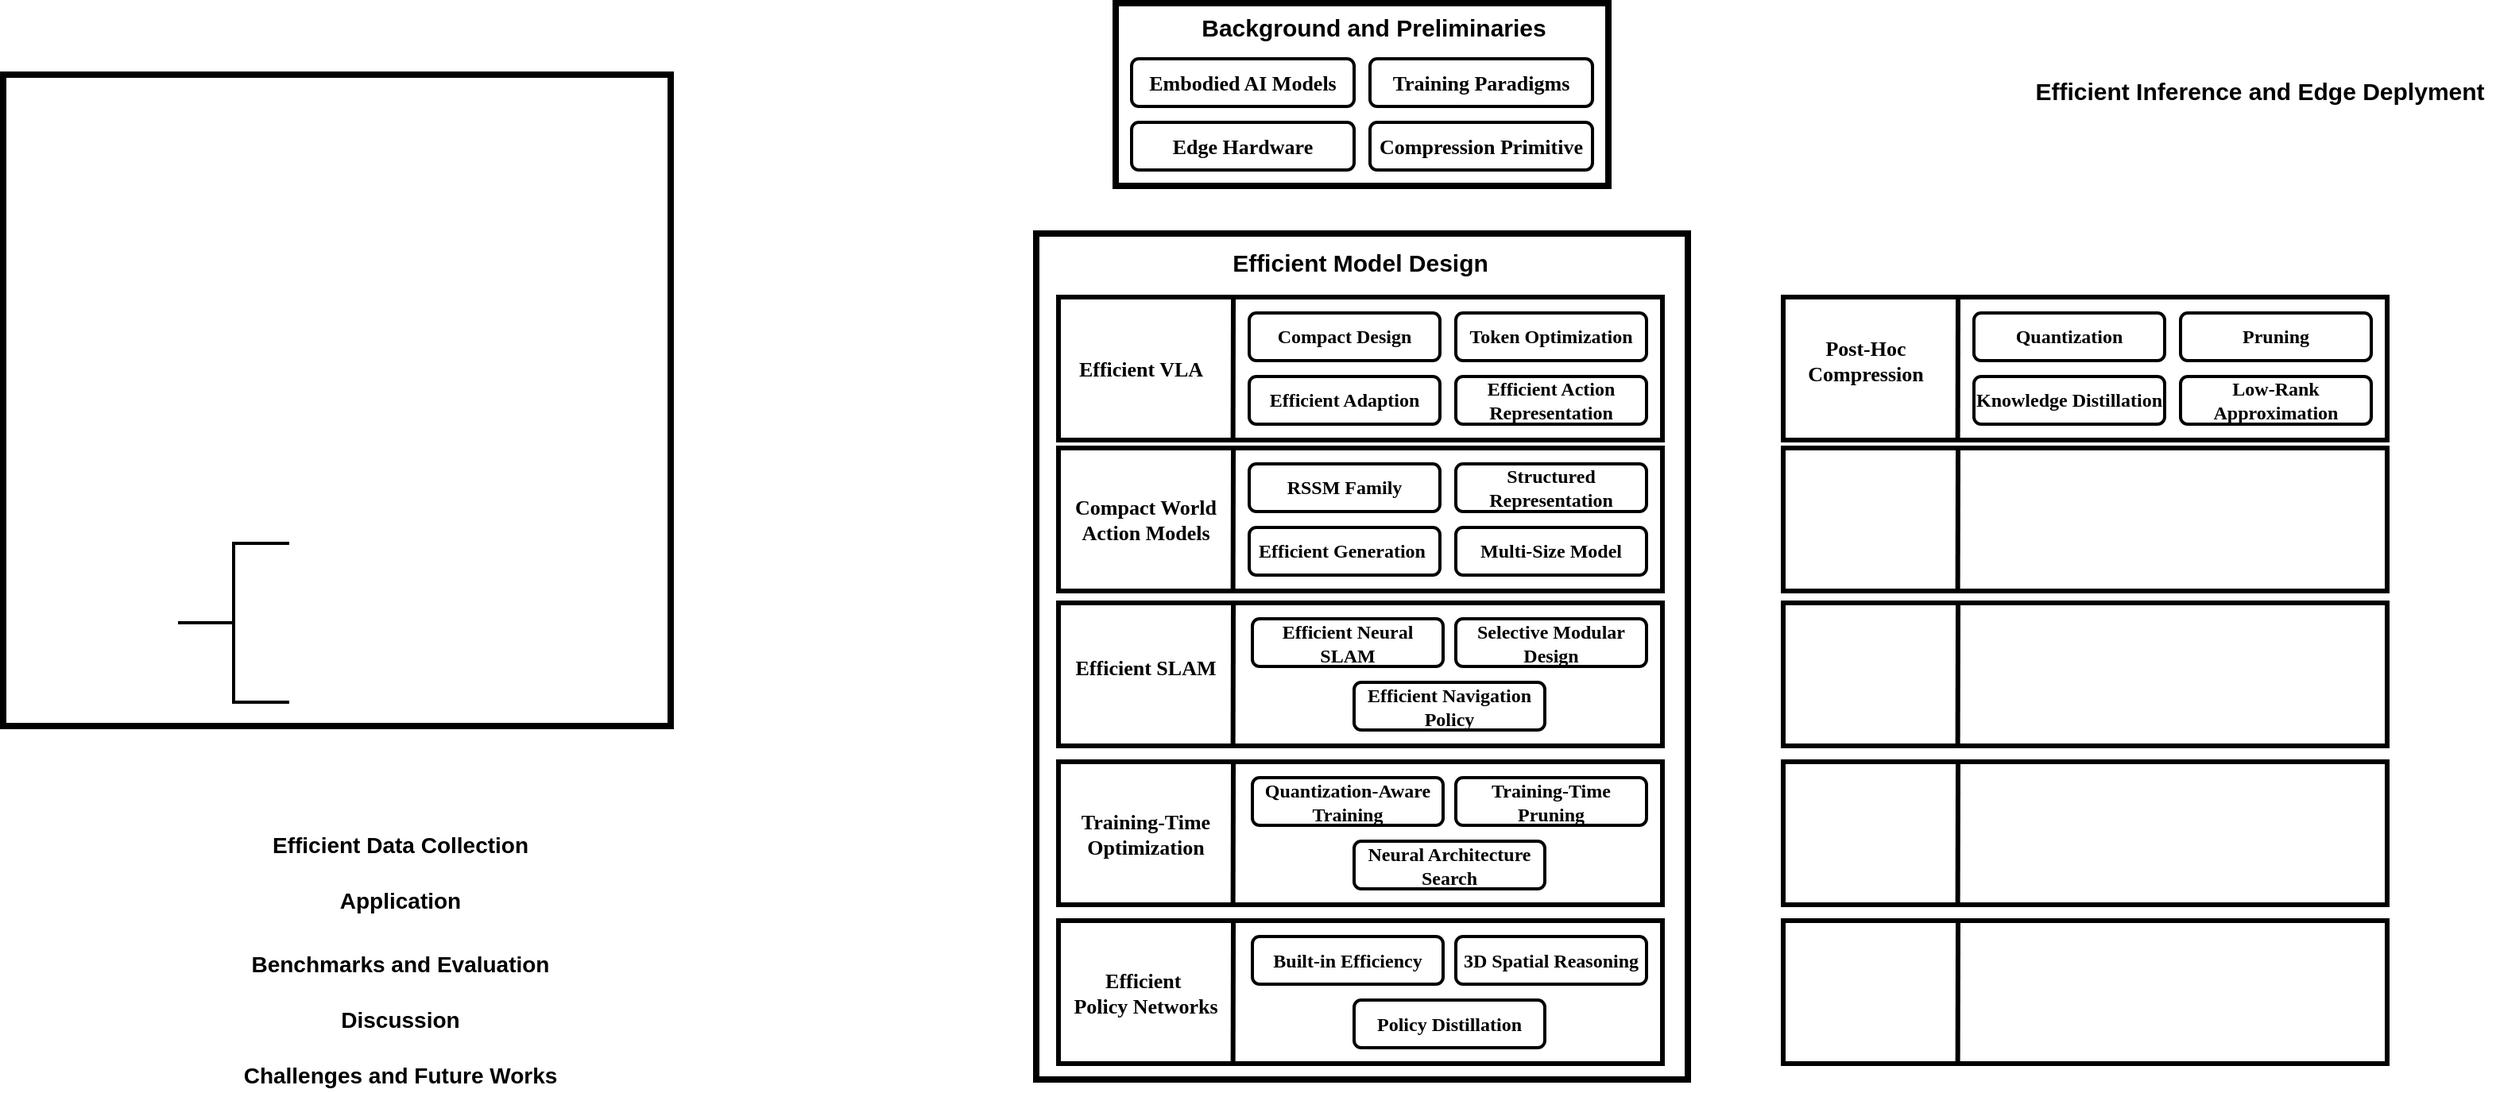
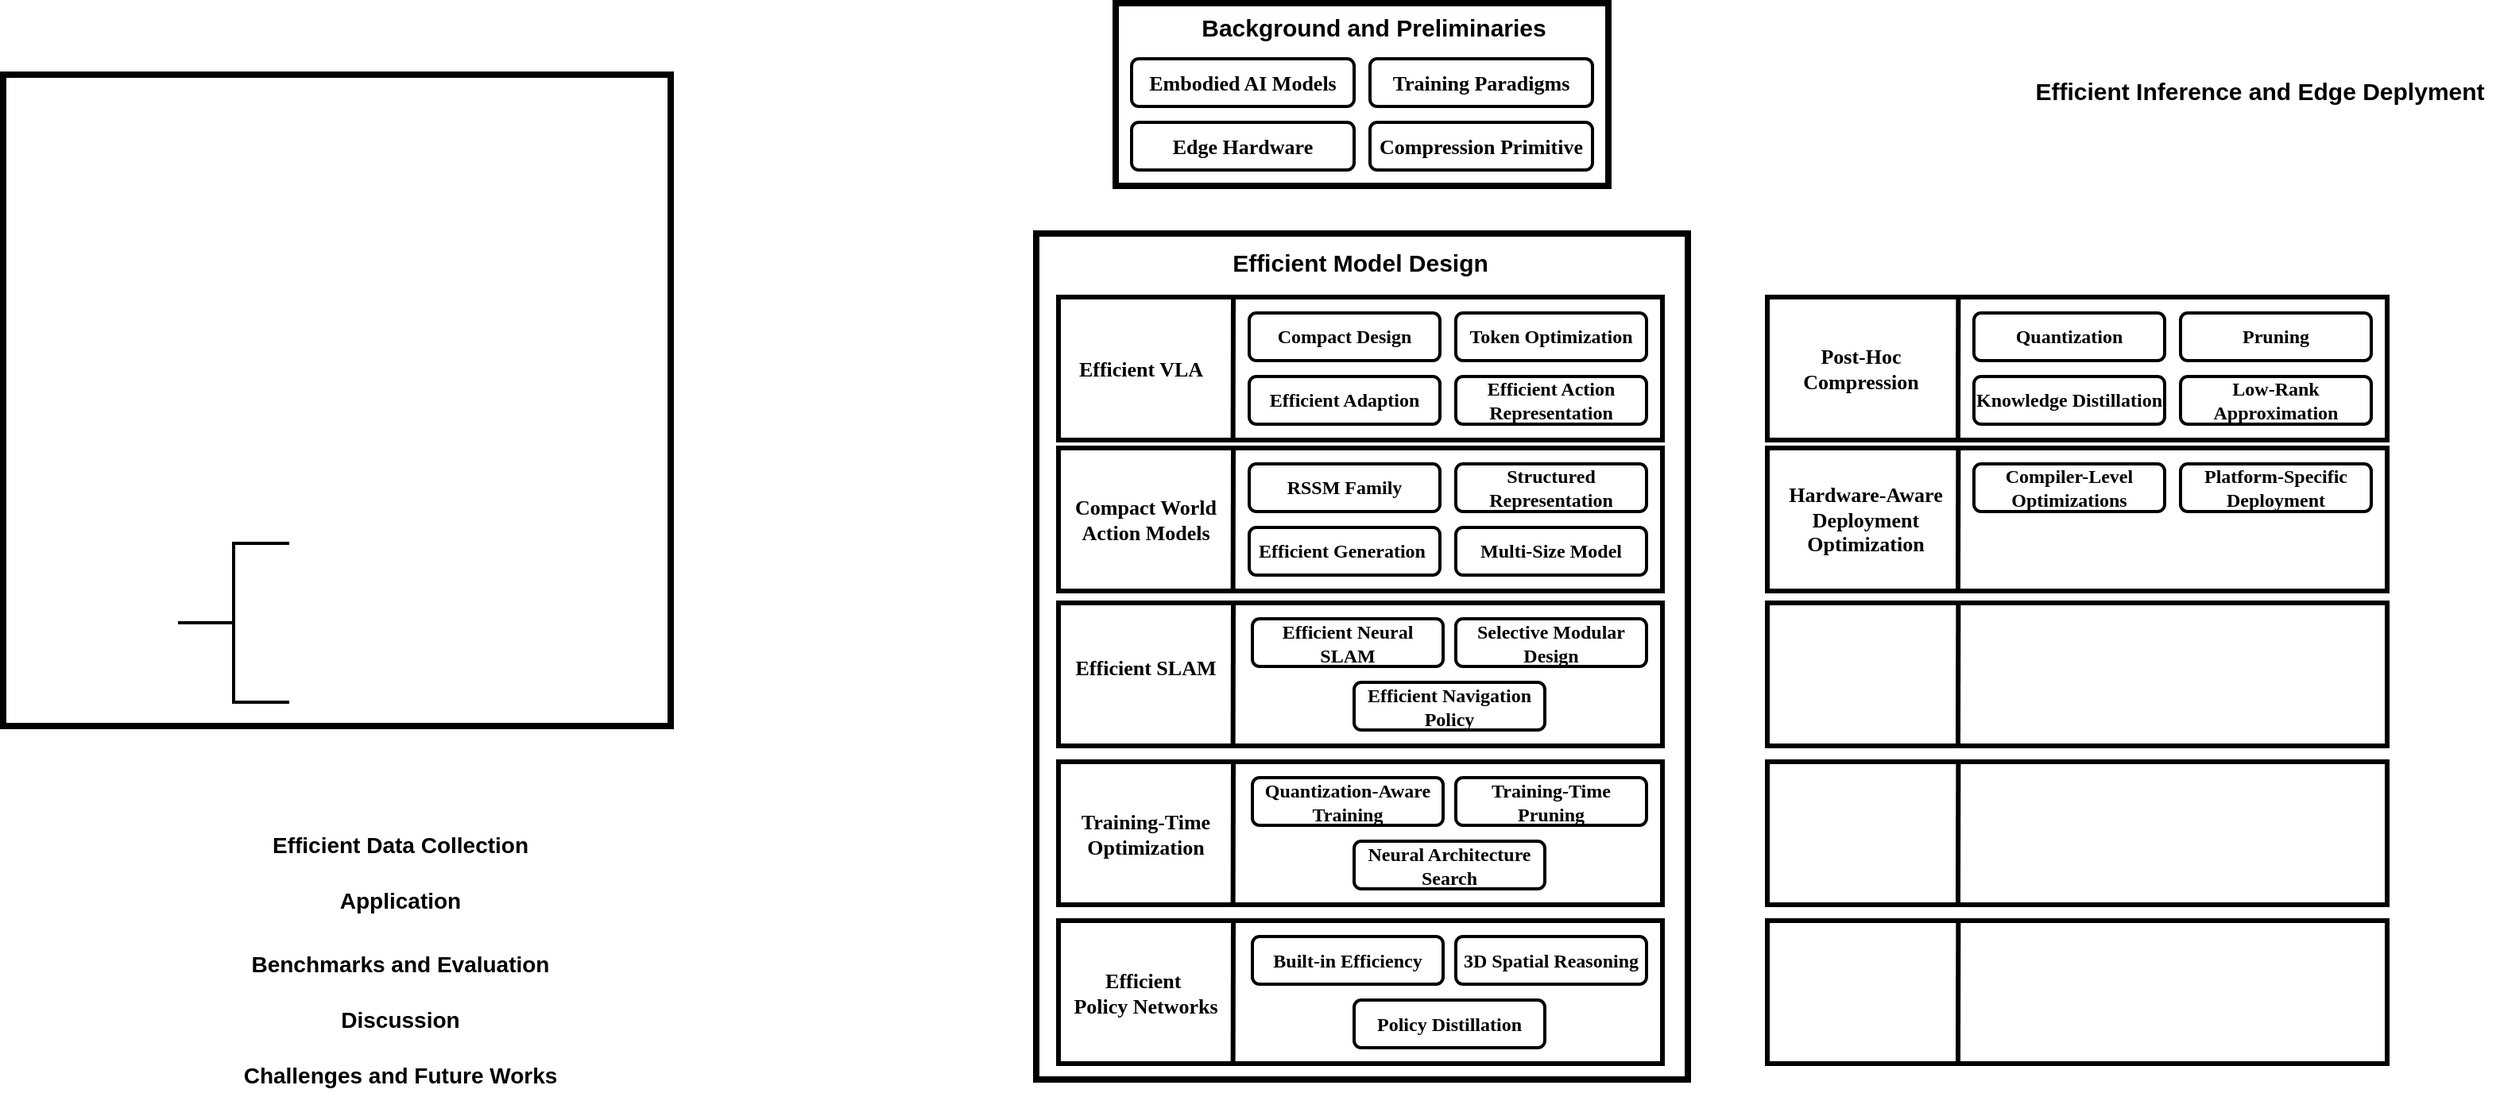
<mxfile host="app.diagrams.net">
  <diagram name="第 1 页" id="xv9Lnx2gyYwYQaEzt8dN">
-     <mxGraphModel dx="2369" dy="788" grid="1" gridSize="10" guides="1" tooltips="1" connect="1" arrows="1" fold="1" page="1" pageScale="1" pageWidth="827" pageHeight="1169" math="0" shadow="0">
+     <mxGraphModel dx="1890" dy="543" grid="1" gridSize="10" guides="1" tooltips="1" connect="1" arrows="1" fold="1" page="1" pageScale="1" pageWidth="827" pageHeight="1169" math="0" shadow="0">
      <root>
        <mxCell id="0" />
        <mxCell id="1" parent="0" />
        <mxCell id="P4z1W6zyqtdSm3awDH87-88" parent="1" style="rounded=0;whiteSpace=wrap;html=1;strokeWidth=4;" value="" vertex="1">
          <mxGeometry height="410" width="420" x="-570" y="100" as="geometry" />
        </mxCell>
        <mxCell id="mN9CjeCU7Y2PogCVv73L-11" parent="1" style="text;html=1;whiteSpace=wrap;strokeColor=none;fillColor=none;align=center;verticalAlign=middle;rounded=0;" value="&lt;font face=&quot;Helvetica&quot; style=&quot;font-size: 15px;&quot;&gt;&lt;b style=&quot;&quot;&gt;Efficient Inference and Edge Deplyment&lt;/b&gt;&lt;/font&gt;" vertex="1">
          <mxGeometry height="20" width="300" x="700" y="100" as="geometry" />
        </mxCell>
        <mxCell id="mN9CjeCU7Y2PogCVv73L-12" parent="1" style="text;html=1;whiteSpace=wrap;strokeColor=none;fillColor=none;align=center;verticalAlign=middle;rounded=0;" value="&lt;font face=&quot;Helvetica&quot; style=&quot;font-size: 14px;&quot;&gt;&lt;b style=&quot;&quot;&gt;Efficient Data Collection&lt;/b&gt;&lt;/font&gt;" vertex="1">
          <mxGeometry height="20" width="260" x="-450" y="575" as="geometry" />
        </mxCell>
        <mxCell id="mN9CjeCU7Y2PogCVv73L-14" parent="1" style="text;html=1;whiteSpace=wrap;strokeColor=none;fillColor=none;align=center;verticalAlign=middle;rounded=0;" value="&lt;font face=&quot;Helvetica&quot; style=&quot;font-size: 14px;&quot;&gt;&lt;b style=&quot;&quot;&gt;Application&lt;/b&gt;&lt;/font&gt;" vertex="1">
          <mxGeometry height="20" width="260" x="-450" y="610" as="geometry" />
        </mxCell>
        <mxCell id="mN9CjeCU7Y2PogCVv73L-15" parent="1" style="text;html=1;whiteSpace=wrap;strokeColor=none;fillColor=none;align=center;verticalAlign=middle;rounded=0;" value="&lt;font face=&quot;Helvetica&quot; style=&quot;font-size: 14px;&quot;&gt;&lt;b style=&quot;&quot;&gt;Benchmarks and Evaluation&lt;/b&gt;&lt;/font&gt;" vertex="1">
          <mxGeometry height="20" width="260" x="-450" y="650" as="geometry" />
        </mxCell>
        <mxCell id="mN9CjeCU7Y2PogCVv73L-16" parent="1" style="text;html=1;whiteSpace=wrap;strokeColor=none;fillColor=none;align=center;verticalAlign=middle;rounded=0;" value="&lt;font face=&quot;Helvetica&quot; style=&quot;font-size: 14px;&quot;&gt;&lt;b style=&quot;&quot;&gt;Challenges and Future Works&lt;/b&gt;&lt;/font&gt;" vertex="1">
          <mxGeometry height="20" width="260" x="-450" y="720" as="geometry" />
        </mxCell>
        <mxCell id="mN9CjeCU7Y2PogCVv73L-17" parent="1" style="text;html=1;whiteSpace=wrap;strokeColor=none;fillColor=none;align=center;verticalAlign=middle;rounded=0;" value="&lt;font face=&quot;Helvetica&quot; style=&quot;font-size: 14px;&quot;&gt;&lt;b style=&quot;&quot;&gt;Discussion&lt;/b&gt;&lt;/font&gt;" vertex="1">
          <mxGeometry height="20" width="260" x="-450" y="685" as="geometry" />
        </mxCell>
        <mxCell id="mN9CjeCU7Y2PogCVv73L-18" parent="1" style="strokeWidth=2;html=1;shape=mxgraph.flowchart.annotation_2;align=left;labelPosition=right;pointerEvents=1;" value="" vertex="1">
          <mxGeometry height="100" width="70" x="-460" y="395" as="geometry" />
        </mxCell>
        <mxCell id="P4z1W6zyqtdSm3awDH87-52" connectable="0" parent="1" style="group" value="" vertex="1">
          <mxGeometry height="115" width="310" x="130" y="55" as="geometry" />
        </mxCell>
        <mxCell id="P4z1W6zyqtdSm3awDH87-12" parent="P4z1W6zyqtdSm3awDH87-52" style="rounded=0;whiteSpace=wrap;html=1;strokeWidth=4;" value="" vertex="1">
          <mxGeometry height="115" width="310" as="geometry" />
        </mxCell>
        <mxCell id="mN9CjeCU7Y2PogCVv73L-6" parent="P4z1W6zyqtdSm3awDH87-52" style="rounded=1;whiteSpace=wrap;html=1;strokeWidth=2;" value="&lt;font style=&quot;font-size: 13px;&quot; face=&quot;Comic Sans MS&quot;&gt;&lt;b style=&quot;&quot;&gt;Training Paradigms&lt;/b&gt;&lt;/font&gt;" vertex="1">
          <mxGeometry height="30" width="140" x="160" y="35" as="geometry" />
        </mxCell>
        <mxCell id="mN9CjeCU7Y2PogCVv73L-5" parent="P4z1W6zyqtdSm3awDH87-52" style="rounded=1;whiteSpace=wrap;html=1;strokeWidth=2;" value="&lt;font style=&quot;font-size: 13px;&quot; face=&quot;Comic Sans MS&quot;&gt;&lt;b style=&quot;&quot;&gt;Edge Hardware&lt;/b&gt;&lt;/font&gt;" vertex="1">
          <mxGeometry height="30" width="140" x="10" y="75" as="geometry" />
        </mxCell>
        <mxCell id="mN9CjeCU7Y2PogCVv73L-8" parent="P4z1W6zyqtdSm3awDH87-52" style="rounded=1;whiteSpace=wrap;html=1;strokeWidth=2;" value="&lt;font style=&quot;font-size: 13px;&quot; face=&quot;Comic Sans MS&quot;&gt;&lt;b style=&quot;&quot;&gt;Compression Primitive&lt;/b&gt;&lt;/font&gt;" vertex="1">
          <mxGeometry height="30" width="140" x="160" y="75" as="geometry" />
        </mxCell>
        <mxCell id="mN9CjeCU7Y2PogCVv73L-4" parent="P4z1W6zyqtdSm3awDH87-52" style="rounded=1;whiteSpace=wrap;html=1;strokeWidth=2;" value="&lt;font style=&quot;font-size: 13px;&quot; face=&quot;Comic Sans MS&quot;&gt;&lt;b style=&quot;&quot;&gt;Embodied AI Models&lt;/b&gt;&lt;/font&gt;" vertex="1">
          <mxGeometry height="30" width="140" x="10" y="35" as="geometry" />
        </mxCell>
        <mxCell id="mN9CjeCU7Y2PogCVv73L-2" parent="P4z1W6zyqtdSm3awDH87-52" style="text;html=1;whiteSpace=wrap;strokeColor=none;fillColor=none;align=center;verticalAlign=middle;rounded=0;" value="&lt;font face=&quot;Helvetica&quot; style=&quot;font-size: 15px;&quot;&gt;&lt;b style=&quot;&quot;&gt;Background and Preliminaries&lt;/b&gt;&lt;/font&gt;" vertex="1">
          <mxGeometry height="20" width="275" x="25" y="5" as="geometry" />
        </mxCell>
        <mxCell id="P4z1W6zyqtdSm3awDH87-90" parent="1" style="rounded=0;whiteSpace=wrap;html=1;strokeWidth=3;" value="" vertex="1">
-           <mxGeometry height="90" width="380" x="550" y="240" as="geometry" />
-         </mxCell>
-         <mxCell id="P4z1W6zyqtdSm3awDH87-91" edge="1" parent="1" style="endArrow=none;html=1;rounded=0;strokeWidth=3;entryX=0.289;entryY=0.995;entryDx=0;entryDy=0;entryPerimeter=0;" target="P4z1W6zyqtdSm3awDH87-90" value="">
-           <mxGeometry height="50" relative="1" width="50" as="geometry">
-             <mxPoint x="660" y="240" as="sourcePoint" />
-             <mxPoint x="660" y="280" as="targetPoint" />
+           <mxGeometry height="90" width="390" x="540" y="240" as="geometry" />
+         </mxCell>
+         <mxCell id="P4z1W6zyqtdSm3awDH87-91" edge="1" parent="1" style="endArrow=none;html=1;rounded=0;strokeWidth=3;entryX=0.289;entryY=0.995;entryDx=0;entryDy=0;entryPerimeter=0;" value="">
+           <mxGeometry height="50" relative="1" width="50" as="geometry">
+             <mxPoint x="660.18" y="240.45" as="sourcePoint" />
+             <mxPoint x="659.9999999999999" y="330.00000000000006" as="targetPoint" />
          </mxGeometry>
        </mxCell>
        <mxCell id="P4z1W6zyqtdSm3awDH87-11" parent="1" style="rounded=0;whiteSpace=wrap;html=1;strokeWidth=4;container=0;" value="" vertex="1">
          <mxGeometry height="532.5" width="410" x="80" y="200" as="geometry" />
        </mxCell>
        <mxCell id="P4z1W6zyqtdSm3awDH87-29" parent="1" style="rounded=0;whiteSpace=wrap;html=1;strokeWidth=3;container=0;" value="" vertex="1">
          <mxGeometry height="90" width="380" x="94" y="240" as="geometry" />
        </mxCell>
        <mxCell id="mN9CjeCU7Y2PogCVv73L-10" parent="1" style="text;html=1;whiteSpace=wrap;strokeColor=none;fillColor=none;align=center;verticalAlign=middle;rounded=0;container=0;" value="&lt;font style=&quot;font-size: 15px;&quot; face=&quot;Helvetica&quot;&gt;&lt;b style=&quot;&quot;&gt;Efficient Model Design&lt;/b&gt;&lt;/font&gt;" vertex="1">
          <mxGeometry height="20" width="200" x="184" y="207.5" as="geometry" />
        </mxCell>
        <mxCell id="mN9CjeCU7Y2PogCVv73L-22" parent="1" style="rounded=1;whiteSpace=wrap;html=1;strokeWidth=2;container=0;" value="&lt;b&gt;&lt;font face=&quot;Comic Sans MS&quot;&gt;Compact Design&lt;/font&gt;&lt;/b&gt;" vertex="1">
          <mxGeometry height="30" width="120" x="214" y="250" as="geometry" />
        </mxCell>
        <mxCell id="mN9CjeCU7Y2PogCVv73L-23" parent="1" style="rounded=1;whiteSpace=wrap;html=1;strokeWidth=2;container=0;" value="&lt;b&gt;&lt;font face=&quot;Comic Sans MS&quot;&gt;Efficient Adaption&lt;/font&gt;&lt;/b&gt;" vertex="1">
          <mxGeometry height="30" width="120" x="214" y="290" as="geometry" />
        </mxCell>
        <mxCell id="mN9CjeCU7Y2PogCVv73L-24" parent="1" style="rounded=1;whiteSpace=wrap;html=1;strokeWidth=2;container=0;" value="&lt;font face=&quot;Comic Sans MS&quot;&gt;&lt;b&gt;Efficient Action Representation&lt;/b&gt;&lt;/font&gt;" vertex="1">
          <mxGeometry height="30" width="120" x="344" y="290" as="geometry" />
        </mxCell>
        <mxCell id="mN9CjeCU7Y2PogCVv73L-26" parent="1" style="rounded=1;whiteSpace=wrap;html=1;strokeWidth=2;container=0;" value="&lt;b&gt;&lt;font face=&quot;Comic Sans MS&quot;&gt;Token Optimization&lt;/font&gt;&lt;/b&gt;" vertex="1">
          <mxGeometry height="30" width="120" x="344" y="250" as="geometry" />
        </mxCell>
        <mxCell id="P4z1W6zyqtdSm3awDH87-30" parent="1" style="text;html=1;whiteSpace=wrap;strokeColor=none;fillColor=none;align=center;verticalAlign=middle;rounded=0;container=0;" value="&lt;b style=&quot;font-size: 13px;&quot;&gt;&lt;font face=&quot;Comic Sans MS&quot;&gt;Efficient VLA&lt;/font&gt;&lt;/b&gt;" vertex="1">
          <mxGeometry height="20" width="104" x="94" y="275" as="geometry" />
        </mxCell>
        <mxCell id="P4z1W6zyqtdSm3awDH87-31" edge="1" parent="1" style="endArrow=none;html=1;rounded=0;strokeWidth=3;entryX=0.289;entryY=0.995;entryDx=0;entryDy=0;entryPerimeter=0;" target="P4z1W6zyqtdSm3awDH87-29" value="">
          <mxGeometry height="50" relative="1" width="50" as="geometry">
            <mxPoint x="204" y="240" as="sourcePoint" />
            <mxPoint x="204" y="280" as="targetPoint" />
          </mxGeometry>
        </mxCell>
        <mxCell id="P4z1W6zyqtdSm3awDH87-32" parent="1" style="rounded=0;whiteSpace=wrap;html=1;strokeWidth=3;container=0;" value="" vertex="1">
          <mxGeometry height="90" width="380" x="94" y="335" as="geometry" />
        </mxCell>
        <mxCell id="P4z1W6zyqtdSm3awDH87-33" edge="1" parent="1" style="endArrow=none;html=1;rounded=0;strokeWidth=3;entryX=0.289;entryY=0.995;entryDx=0;entryDy=0;entryPerimeter=0;" target="P4z1W6zyqtdSm3awDH87-32" value="">
          <mxGeometry height="50" relative="1" width="50" as="geometry">
            <mxPoint x="204" y="335" as="sourcePoint" />
            <mxPoint x="204" y="375" as="targetPoint" />
          </mxGeometry>
        </mxCell>
        <mxCell id="P4z1W6zyqtdSm3awDH87-34" parent="1" style="text;html=1;whiteSpace=wrap;strokeColor=none;fillColor=none;align=center;verticalAlign=middle;rounded=0;container=0;" value="&lt;b style=&quot;font-size: 13px;&quot;&gt;&lt;font face=&quot;Comic Sans MS&quot;&gt;Compact World Action Models&lt;/font&gt;&lt;/b&gt;" vertex="1">
          <mxGeometry height="20" width="114" x="92" y="370" as="geometry" />
        </mxCell>
        <mxCell id="mN9CjeCU7Y2PogCVv73L-30" parent="1" style="rounded=1;whiteSpace=wrap;html=1;strokeWidth=2;container=0;" value="&lt;b&gt;&lt;font face=&quot;Comic Sans MS&quot;&gt;RSSM Family&lt;/font&gt;&lt;/b&gt;" vertex="1">
          <mxGeometry height="30" width="120" x="214" y="345" as="geometry" />
        </mxCell>
        <mxCell id="mN9CjeCU7Y2PogCVv73L-32" parent="1" style="rounded=1;whiteSpace=wrap;html=1;strokeWidth=2;container=0;" value="&lt;font face=&quot;Comic Sans MS&quot;&gt;&lt;b&gt;Efficient Generation&amp;nbsp;&lt;/b&gt;&lt;/font&gt;" vertex="1">
          <mxGeometry height="30" width="120" x="214" y="385" as="geometry" />
        </mxCell>
        <mxCell id="mN9CjeCU7Y2PogCVv73L-33" parent="1" style="rounded=1;whiteSpace=wrap;html=1;strokeWidth=2;container=0;" value="&lt;b&gt;&lt;font face=&quot;Comic Sans MS&quot;&gt;Structured Representation&lt;/font&gt;&lt;/b&gt;" vertex="1">
          <mxGeometry height="30" width="120" x="344" y="345" as="geometry" />
        </mxCell>
        <mxCell id="P4z1W6zyqtdSm3awDH87-36" parent="1" style="rounded=1;whiteSpace=wrap;html=1;strokeWidth=2;container=0;" value="&lt;b&gt;&lt;font face=&quot;Comic Sans MS&quot;&gt;Multi-Size Model&lt;/font&gt;&lt;/b&gt;" vertex="1">
          <mxGeometry height="30" width="120" x="344" y="385" as="geometry" />
        </mxCell>
        <mxCell id="P4z1W6zyqtdSm3awDH87-37" parent="1" style="rounded=0;whiteSpace=wrap;html=1;strokeWidth=3;container=0;" value="" vertex="1">
          <mxGeometry height="90" width="380" x="94" y="432.5" as="geometry" />
        </mxCell>
        <mxCell id="P4z1W6zyqtdSm3awDH87-38" edge="1" parent="1" style="endArrow=none;html=1;rounded=0;strokeWidth=3;entryX=0.289;entryY=0.995;entryDx=0;entryDy=0;entryPerimeter=0;" target="P4z1W6zyqtdSm3awDH87-37" value="">
          <mxGeometry height="50" relative="1" width="50" as="geometry">
            <mxPoint x="204" y="432.5" as="sourcePoint" />
            <mxPoint x="204" y="472.5" as="targetPoint" />
          </mxGeometry>
        </mxCell>
        <mxCell id="P4z1W6zyqtdSm3awDH87-44" parent="1" style="text;html=1;whiteSpace=wrap;strokeColor=none;fillColor=none;align=center;verticalAlign=middle;rounded=0;container=0;" value="&lt;b style=&quot;font-size: 13px;&quot;&gt;&lt;font face=&quot;Comic Sans MS&quot;&gt;Efficient SLAM&lt;/font&gt;&lt;/b&gt;" vertex="1">
          <mxGeometry height="20" width="114" x="92" y="462.5" as="geometry" />
        </mxCell>
        <mxCell id="P4z1W6zyqtdSm3awDH87-19" parent="1" style="rounded=1;whiteSpace=wrap;html=1;strokeWidth=2;container=0;" value="&lt;b&gt;&lt;font face=&quot;Comic Sans MS&quot;&gt;Efficient Neural SLAM&lt;/font&gt;&lt;/b&gt;" vertex="1">
          <mxGeometry height="30" width="120" x="216" y="442.5" as="geometry" />
        </mxCell>
        <mxCell id="P4z1W6zyqtdSm3awDH87-20" parent="1" style="rounded=1;whiteSpace=wrap;html=1;strokeWidth=2;container=0;" value="&lt;font face=&quot;Comic Sans MS&quot;&gt;&lt;b&gt;Selective Modular Design&lt;/b&gt;&lt;/font&gt;" vertex="1">
          <mxGeometry height="30" width="120" x="344" y="442.5" as="geometry" />
        </mxCell>
        <mxCell id="P4z1W6zyqtdSm3awDH87-21" parent="1" style="rounded=1;whiteSpace=wrap;html=1;strokeWidth=2;container=0;" value="&lt;font face=&quot;Comic Sans MS&quot;&gt;&lt;b&gt;Efficient Navigation Policy&lt;/b&gt;&lt;/font&gt;" vertex="1">
          <mxGeometry height="30" width="120" x="280" y="482.5" as="geometry" />
        </mxCell>
        <mxCell id="P4z1W6zyqtdSm3awDH87-45" parent="1" style="rounded=0;whiteSpace=wrap;html=1;strokeWidth=3;container=0;" value="" vertex="1">
          <mxGeometry height="90" width="380" x="94" y="632.5" as="geometry" />
        </mxCell>
        <mxCell id="P4z1W6zyqtdSm3awDH87-46" edge="1" parent="1" style="endArrow=none;html=1;rounded=0;strokeWidth=3;entryX=0.289;entryY=0.995;entryDx=0;entryDy=0;entryPerimeter=0;" target="P4z1W6zyqtdSm3awDH87-45" value="">
          <mxGeometry height="50" relative="1" width="50" as="geometry">
            <mxPoint x="204" y="632.5" as="sourcePoint" />
            <mxPoint x="204" y="672.5" as="targetPoint" />
          </mxGeometry>
        </mxCell>
        <mxCell id="P4z1W6zyqtdSm3awDH87-47" parent="1" style="rounded=0;whiteSpace=wrap;html=1;strokeWidth=3;container=0;" value="" vertex="1">
          <mxGeometry height="90" width="380" x="94" y="532.5" as="geometry" />
        </mxCell>
        <mxCell id="P4z1W6zyqtdSm3awDH87-48" edge="1" parent="1" style="endArrow=none;html=1;rounded=0;strokeWidth=3;entryX=0.289;entryY=0.995;entryDx=0;entryDy=0;entryPerimeter=0;" target="P4z1W6zyqtdSm3awDH87-47" value="">
          <mxGeometry height="50" relative="1" width="50" as="geometry">
            <mxPoint x="204" y="532.5" as="sourcePoint" />
            <mxPoint x="204" y="572.5" as="targetPoint" />
          </mxGeometry>
        </mxCell>
        <mxCell id="P4z1W6zyqtdSm3awDH87-25" parent="1" style="rounded=1;whiteSpace=wrap;html=1;strokeWidth=2;container=0;" value="&lt;font face=&quot;Comic Sans MS&quot;&gt;&lt;b&gt;Quantization-Aware Training&lt;/b&gt;&lt;/font&gt;" vertex="1">
          <mxGeometry height="30" width="120" x="216" y="542.5" as="geometry" />
        </mxCell>
        <mxCell id="P4z1W6zyqtdSm3awDH87-26" parent="1" style="rounded=1;whiteSpace=wrap;html=1;strokeWidth=2;container=0;" value="&lt;font face=&quot;Comic Sans MS&quot;&gt;&lt;b&gt;Neural Architecture Search&lt;/b&gt;&lt;/font&gt;" vertex="1">
          <mxGeometry height="30" width="120" x="280" y="582.5" as="geometry" />
        </mxCell>
        <mxCell id="P4z1W6zyqtdSm3awDH87-27" parent="1" style="rounded=1;whiteSpace=wrap;html=1;strokeWidth=2;container=0;" value="&lt;font face=&quot;Comic Sans MS&quot;&gt;&lt;b&gt;Training-Time Pruning&lt;/b&gt;&lt;/font&gt;" vertex="1">
          <mxGeometry height="30" width="120" x="344" y="542.5" as="geometry" />
        </mxCell>
        <mxCell id="P4z1W6zyqtdSm3awDH87-4" parent="1" style="rounded=1;whiteSpace=wrap;html=1;strokeWidth=2;container=0;" value="&lt;b&gt;&lt;font face=&quot;Comic Sans MS&quot;&gt;3D Spatial Reasoning&lt;/font&gt;&lt;/b&gt;" vertex="1">
          <mxGeometry height="30" width="120" x="344" y="642.5" as="geometry" />
        </mxCell>
        <mxCell id="P4z1W6zyqtdSm3awDH87-6" parent="1" style="rounded=1;whiteSpace=wrap;html=1;strokeWidth=2;container=0;" value="&lt;font face=&quot;Comic Sans MS&quot;&gt;&lt;b&gt;Policy Distillation&lt;/b&gt;&lt;/font&gt;" vertex="1">
          <mxGeometry height="30" width="120" x="280" y="682.5" as="geometry" />
        </mxCell>
        <mxCell id="P4z1W6zyqtdSm3awDH87-7" parent="1" style="rounded=1;whiteSpace=wrap;html=1;strokeWidth=2;container=0;" value="&lt;font face=&quot;Comic Sans MS&quot;&gt;&lt;b&gt;Built-in Efficiency&lt;/b&gt;&lt;/font&gt;" vertex="1">
          <mxGeometry height="30" width="120" x="216" y="642.5" as="geometry" />
        </mxCell>
        <mxCell id="P4z1W6zyqtdSm3awDH87-49" parent="1" style="text;html=1;whiteSpace=wrap;strokeColor=none;fillColor=none;align=center;verticalAlign=middle;rounded=0;container=0;" value="&lt;b style=&quot;font-size: 13px;&quot;&gt;&lt;font face=&quot;Comic Sans MS&quot;&gt;Training-Time Optimization&lt;/font&gt;&lt;/b&gt;" vertex="1">
          <mxGeometry height="20" width="114" x="92" y="567.5" as="geometry" />
        </mxCell>
        <mxCell id="P4z1W6zyqtdSm3awDH87-50" parent="1" style="text;html=1;whiteSpace=wrap;strokeColor=none;fillColor=none;align=center;verticalAlign=middle;rounded=0;container=0;" value="&lt;b style=&quot;font-size: 13px;&quot;&gt;&lt;font face=&quot;Comic Sans MS&quot;&gt;Efficient&amp;nbsp;&lt;/font&gt;&lt;/b&gt;&lt;div&gt;&lt;b style=&quot;font-size: 13px;&quot;&gt;&lt;font face=&quot;Comic Sans MS&quot;&gt;Policy Networks&lt;/font&gt;&lt;/b&gt;&lt;/div&gt;" vertex="1">
          <mxGeometry height="20" width="114" x="92" y="667.5" as="geometry" />
        </mxCell>
        <mxCell id="P4z1W6zyqtdSm3awDH87-92" parent="1" style="text;html=1;whiteSpace=wrap;strokeColor=none;fillColor=none;align=center;verticalAlign=middle;rounded=0;container=0;" value="&lt;b style=&quot;font-size: 13px;&quot;&gt;&lt;font face=&quot;Comic Sans MS&quot;&gt;Post-Hoc Compression&lt;/font&gt;&lt;/b&gt;" vertex="1">
-           <mxGeometry height="20" width="104" x="550" y="270" as="geometry" />
+           <mxGeometry height="20" width="104" x="547" y="275" as="geometry" />
        </mxCell>
        <mxCell id="P4z1W6zyqtdSm3awDH87-93" parent="1" style="rounded=1;whiteSpace=wrap;html=1;strokeWidth=2;container=0;" value="&lt;b&gt;&lt;font face=&quot;Comic Sans MS&quot;&gt;Quantization&lt;/font&gt;&lt;/b&gt;" vertex="1">
          <mxGeometry height="30" width="120" x="670" y="250" as="geometry" />
        </mxCell>
        <mxCell id="P4z1W6zyqtdSm3awDH87-94" parent="1" style="rounded=1;whiteSpace=wrap;html=1;strokeWidth=2;container=0;" value="&lt;b&gt;&lt;font face=&quot;Comic Sans MS&quot;&gt;Pruning&lt;/font&gt;&lt;/b&gt;" vertex="1">
          <mxGeometry height="30" width="120" x="800" y="250" as="geometry" />
        </mxCell>
        <mxCell id="P4z1W6zyqtdSm3awDH87-95" parent="1" style="rounded=1;whiteSpace=wrap;html=1;strokeWidth=2;container=0;" value="&lt;font face=&quot;Comic Sans MS&quot;&gt;&lt;b&gt;Knowledge Distillation&lt;/b&gt;&lt;/font&gt;" vertex="1">
          <mxGeometry height="30" width="120" x="670" y="290" as="geometry" />
        </mxCell>
        <mxCell id="P4z1W6zyqtdSm3awDH87-96" parent="1" style="rounded=1;whiteSpace=wrap;html=1;strokeWidth=2;container=0;" value="&lt;font face=&quot;Comic Sans MS&quot;&gt;&lt;b&gt;Low-Rank Approximation&lt;/b&gt;&lt;/font&gt;" vertex="1">
          <mxGeometry height="30" width="120" x="800" y="290" as="geometry" />
        </mxCell>
        <mxCell id="P4z1W6zyqtdSm3awDH87-97" parent="1" style="rounded=0;whiteSpace=wrap;html=1;strokeWidth=3;" value="" vertex="1">
-           <mxGeometry height="90" width="380" x="550" y="335" as="geometry" />
-         </mxCell>
-         <mxCell id="P4z1W6zyqtdSm3awDH87-98" edge="1" parent="1" style="endArrow=none;html=1;rounded=0;strokeWidth=3;entryX=0.289;entryY=0.995;entryDx=0;entryDy=0;entryPerimeter=0;" target="P4z1W6zyqtdSm3awDH87-97" value="">
-           <mxGeometry height="50" relative="1" width="50" as="geometry">
-             <mxPoint x="660" y="335" as="sourcePoint" />
-             <mxPoint x="660" y="375" as="targetPoint" />
-           </mxGeometry>
+           <mxGeometry height="90" width="390" x="540" y="335" as="geometry" />
        </mxCell>
        <mxCell id="P4z1W6zyqtdSm3awDH87-99" parent="1" style="rounded=0;whiteSpace=wrap;html=1;strokeWidth=3;" value="" vertex="1">
-           <mxGeometry height="90" width="380" x="550" y="432.5" as="geometry" />
-         </mxCell>
-         <mxCell id="P4z1W6zyqtdSm3awDH87-100" edge="1" parent="1" style="endArrow=none;html=1;rounded=0;strokeWidth=3;entryX=0.289;entryY=0.995;entryDx=0;entryDy=0;entryPerimeter=0;" target="P4z1W6zyqtdSm3awDH87-99" value="">
-           <mxGeometry height="50" relative="1" width="50" as="geometry">
-             <mxPoint x="660" y="432.5" as="sourcePoint" />
-             <mxPoint x="660" y="472.5" as="targetPoint" />
-           </mxGeometry>
+           <mxGeometry height="90" width="390" x="540" y="432.5" as="geometry" />
        </mxCell>
        <mxCell id="P4z1W6zyqtdSm3awDH87-101" parent="1" style="rounded=0;whiteSpace=wrap;html=1;strokeWidth=3;" value="" vertex="1">
-           <mxGeometry height="90" width="380" x="550" y="532.5" as="geometry" />
-         </mxCell>
-         <mxCell id="P4z1W6zyqtdSm3awDH87-102" edge="1" parent="1" style="endArrow=none;html=1;rounded=0;strokeWidth=3;entryX=0.289;entryY=0.995;entryDx=0;entryDy=0;entryPerimeter=0;" target="P4z1W6zyqtdSm3awDH87-101" value="">
-           <mxGeometry height="50" relative="1" width="50" as="geometry">
-             <mxPoint x="660" y="532.5" as="sourcePoint" />
-             <mxPoint x="660" y="572.5" as="targetPoint" />
-           </mxGeometry>
+           <mxGeometry height="90" width="390" x="540" y="532.5" as="geometry" />
        </mxCell>
        <mxCell id="P4z1W6zyqtdSm3awDH87-103" parent="1" style="rounded=0;whiteSpace=wrap;html=1;strokeWidth=3;" value="" vertex="1">
-           <mxGeometry height="90" width="380" x="550" y="632.5" as="geometry" />
-         </mxCell>
-         <mxCell id="P4z1W6zyqtdSm3awDH87-104" edge="1" parent="1" style="endArrow=none;html=1;rounded=0;strokeWidth=3;entryX=0.289;entryY=0.995;entryDx=0;entryDy=0;entryPerimeter=0;" target="P4z1W6zyqtdSm3awDH87-103" value="">
-           <mxGeometry height="50" relative="1" width="50" as="geometry">
-             <mxPoint x="660" y="632.5" as="sourcePoint" />
-             <mxPoint x="660" y="672.5" as="targetPoint" />
-           </mxGeometry>
+           <mxGeometry height="90" width="390" x="540" y="632.5" as="geometry" />
+         </mxCell>
+         <mxCell id="P4z1W6zyqtdSm3awDH87-105" parent="1" style="text;html=1;whiteSpace=wrap;strokeColor=none;fillColor=none;align=center;verticalAlign=middle;rounded=0;container=0;" value="&lt;font face=&quot;Comic Sans MS&quot;&gt;&lt;span style=&quot;font-size: 13px;&quot;&gt;&lt;b&gt;Hardware-Aware Deployment Optimization&lt;/b&gt;&lt;/span&gt;&lt;/font&gt;" vertex="1">
+           <mxGeometry height="20" width="110" x="547" y="370" as="geometry" />
+         </mxCell>
+         <mxCell id="P4z1W6zyqtdSm3awDH87-106" edge="1" parent="1" style="endArrow=none;html=1;rounded=0;strokeWidth=3;entryX=0.289;entryY=0.995;entryDx=0;entryDy=0;entryPerimeter=0;" value="">
+           <mxGeometry height="50" relative="1" width="50" as="geometry">
+             <mxPoint x="660.1800000000001" y="335" as="sourcePoint" />
+             <mxPoint x="660" y="424.55000000000007" as="targetPoint" />
+           </mxGeometry>
+         </mxCell>
+         <mxCell id="P4z1W6zyqtdSm3awDH87-107" edge="1" parent="1" style="endArrow=none;html=1;rounded=0;strokeWidth=3;entryX=0.289;entryY=0.995;entryDx=0;entryDy=0;entryPerimeter=0;" value="">
+           <mxGeometry height="50" relative="1" width="50" as="geometry">
+             <mxPoint x="660.1800000000001" y="432.95" as="sourcePoint" />
+             <mxPoint x="660" y="522.5000000000001" as="targetPoint" />
+           </mxGeometry>
+         </mxCell>
+         <mxCell id="P4z1W6zyqtdSm3awDH87-108" edge="1" parent="1" style="endArrow=none;html=1;rounded=0;strokeWidth=3;entryX=0.289;entryY=0.995;entryDx=0;entryDy=0;entryPerimeter=0;" value="">
+           <mxGeometry height="50" relative="1" width="50" as="geometry">
+             <mxPoint x="660.1800000000001" y="532.72" as="sourcePoint" />
+             <mxPoint x="660" y="622.2700000000001" as="targetPoint" />
+           </mxGeometry>
+         </mxCell>
+         <mxCell id="P4z1W6zyqtdSm3awDH87-109" edge="1" parent="1" style="endArrow=none;html=1;rounded=0;strokeWidth=3;entryX=0.289;entryY=0.995;entryDx=0;entryDy=0;entryPerimeter=0;" value="">
+           <mxGeometry height="50" relative="1" width="50" as="geometry">
+             <mxPoint x="660.1800000000001" y="632.5" as="sourcePoint" />
+             <mxPoint x="660" y="722.0500000000001" as="targetPoint" />
+           </mxGeometry>
+         </mxCell>
+         <mxCell id="P4z1W6zyqtdSm3awDH87-110" parent="1" style="rounded=1;whiteSpace=wrap;html=1;strokeWidth=2;container=0;" value="&lt;font face=&quot;Comic Sans MS&quot;&gt;&lt;b&gt;Compiler-Level Optimizations&lt;/b&gt;&lt;/font&gt;" vertex="1">
+           <mxGeometry height="30" width="120" x="670" y="345" as="geometry" />
+         </mxCell>
+         <mxCell id="P4z1W6zyqtdSm3awDH87-111" parent="1" style="rounded=1;whiteSpace=wrap;html=1;strokeWidth=2;container=0;" value="&lt;font face=&quot;Comic Sans MS&quot;&gt;&lt;b&gt;Platform-Specific Deployment&lt;/b&gt;&lt;/font&gt;" vertex="1">
+           <mxGeometry height="30" width="120" x="800" y="345" as="geometry" />
        </mxCell>
      </root>
    </mxGraphModel>
  </diagram>
</mxfile>
